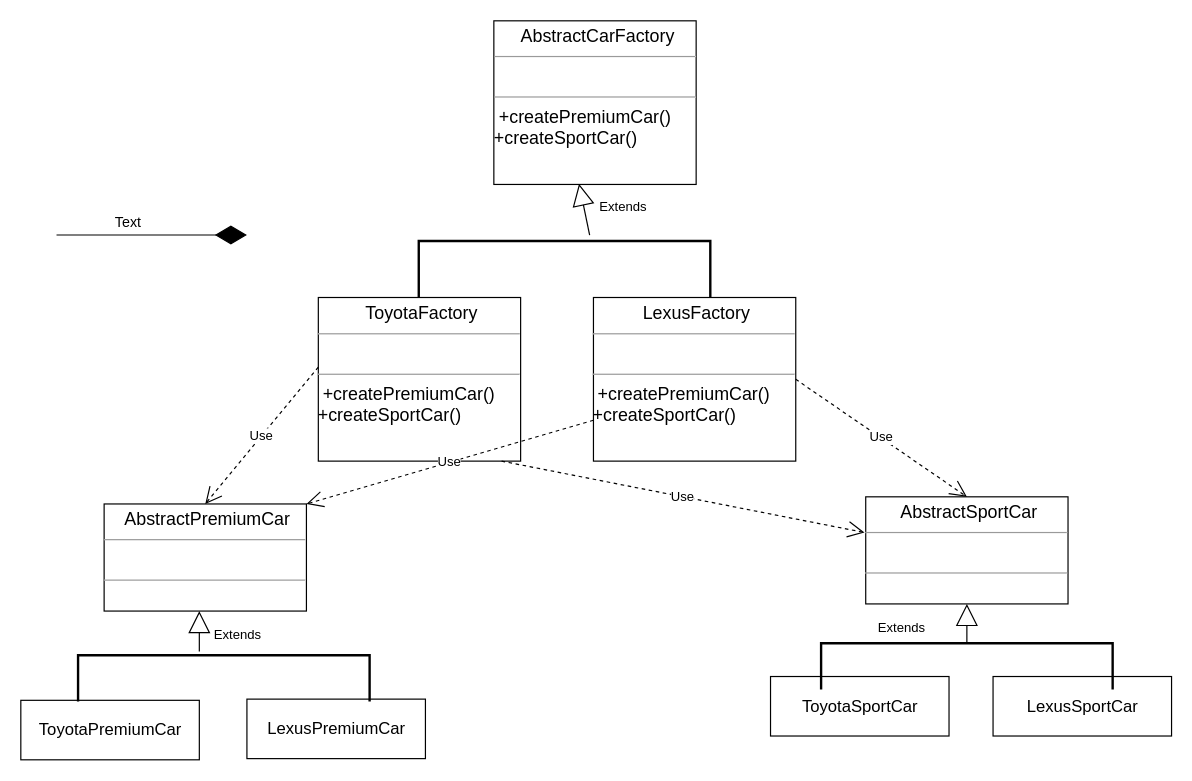
MaksShadows/Patterns keeps this draw.io diagram as creational/abstract-factory/abs-factory.drawio. Above is the earlier version. Source tidied: cells renumbered, new cells numbered last; positions are measured from the earlier drawing's top-left corner, leaving out a move shared by most shapes. Both pictures are drawn from the tidied source at 119%, with x=0, y=0 at pixel (20, 20).
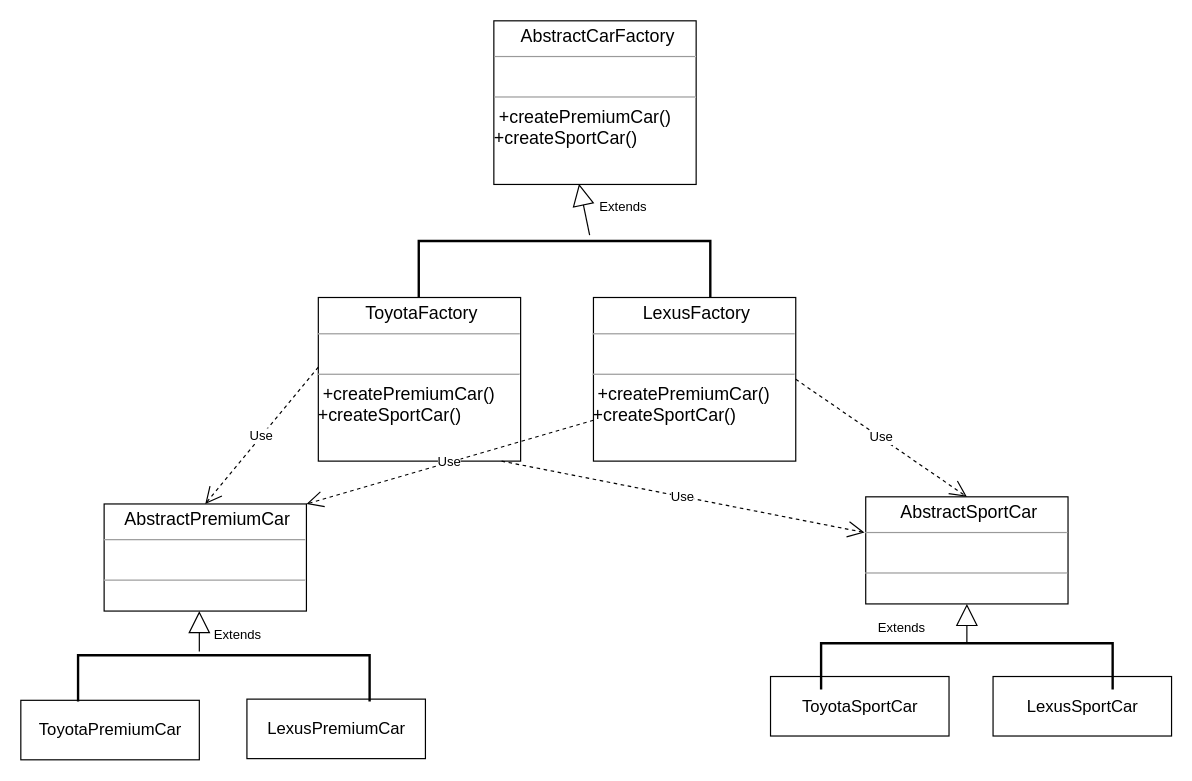
The same page after the edit.

What changed in the source:
```diff
@@
-    <mxCell id="17" style="endArrow=diamondThin;endFill=1;endSize=24;html=1;" parent="1" edge="1">
-      <mxGeometry relative="1" as="geometry">
-        <mxPoint x="30" y="180" as="sourcePoint" />
-        <mxPoint x="190" y="180" as="targetPoint" />
-      </mxGeometry>
-    </mxCell>
-    <mxCell id="18" value="Text" style="text;html=1;align=center;verticalAlign=middle;" parent="1" vertex="1">
-      <mxGeometry x="70" y="160" width="40" height="20" as="geometry" />
-    </mxCell>
```
